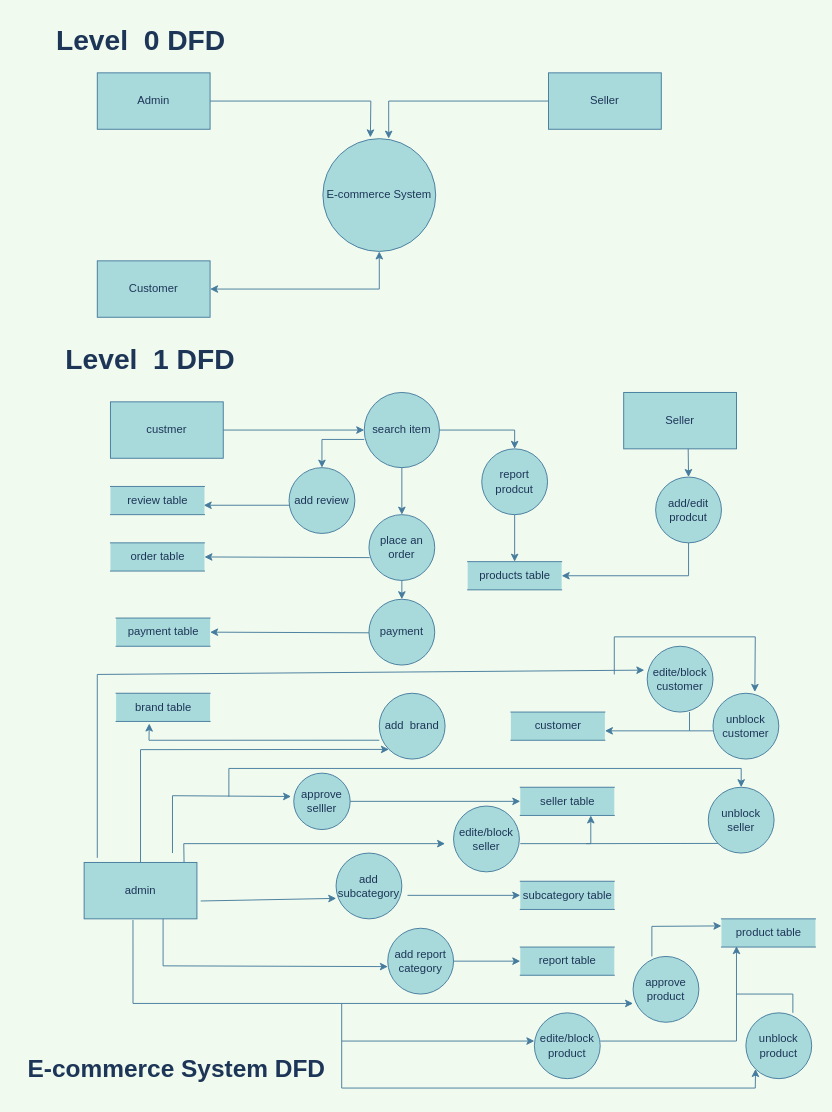
Earlier version of the draw.io diagram Data Flow Diagram.drawio (Nasrinjaha/Click-Collect). Source tidied: cells renumbered, new cells numbered last; positions are measured from the earlier drawing's top-left corner, leaving out a move shared by most shapes. Both pictures are drawn from the tidied source at 94%, with x=0, y=0 at pixel (16, 16).
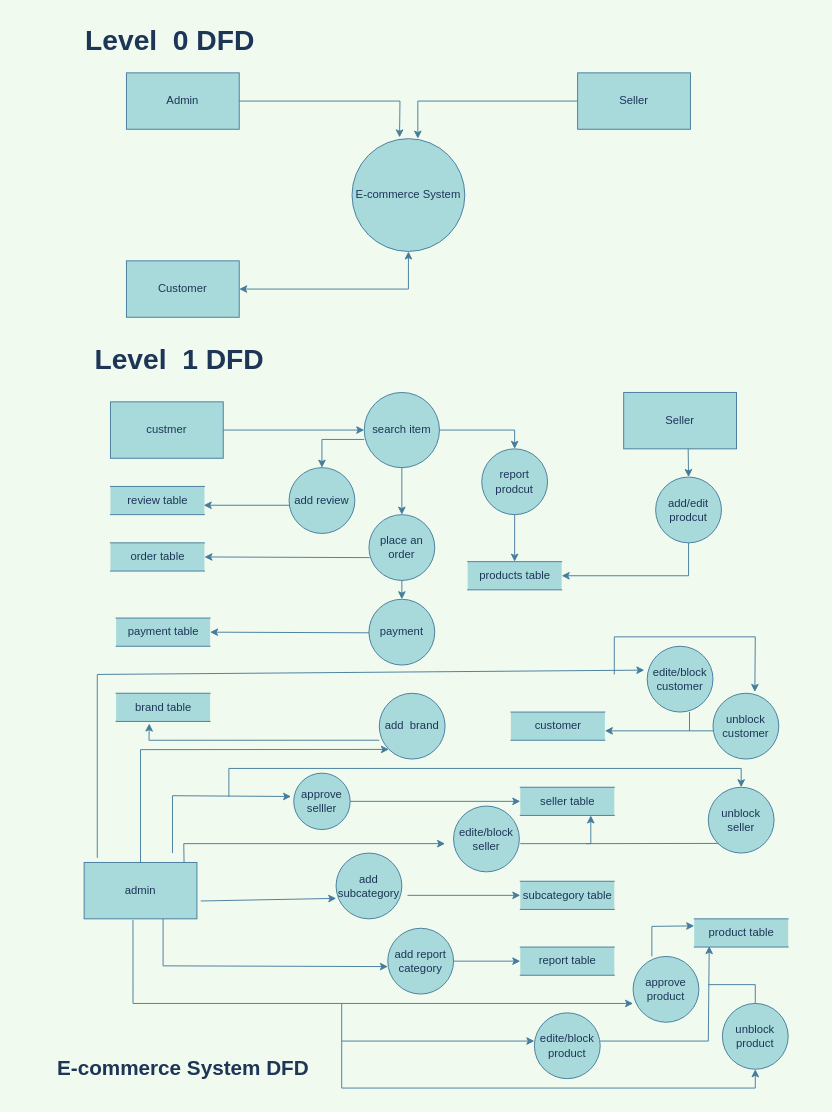
Above is the later version.

What changed in the source:
```diff
@@
     <mxCell id="2" value="Admin" style="rounded=0;whiteSpace=wrap;html=1;strokeColor=#457B9D;fontColor=#1D3557;fillColor=#A8DADC;" parent="1" vertex="1">
-      <mxGeometry x="86" y="60" width="120" height="60" as="geometry" />
+      <mxGeometry x="117" y="60" width="120" height="60" as="geometry" />
     </mxCell>
     <mxCell id="3" value="Customer" style="rounded=0;whiteSpace=wrap;html=1;strokeColor=#457B9D;fontColor=#1D3557;fillColor=#A8DADC;" parent="1" vertex="1">
-      <mxGeometry x="86" y="260" width="120" height="60" as="geometry" />
+      <mxGeometry x="117" y="260" width="120" height="60" as="geometry" />
     </mxCell>
     <mxCell id="4" value="Seller" style="rounded=0;whiteSpace=wrap;html=1;strokeColor=#457B9D;fontColor=#1D3557;fillColor=#A8DADC;" parent="1" vertex="1">
-      <mxGeometry x="566" y="60" width="120" height="60" as="geometry" />
+      <mxGeometry x="597" y="60" width="120" height="60" as="geometry" />
     </mxCell>
     <mxCell id="5" value="E-commerce System" style="ellipse;whiteSpace=wrap;html=1;strokeColor=#457B9D;fontColor=#1D3557;fillColor=#A8DADC;rounded=0;" parent="1" vertex="1">
-      <mxGeometry x="326" y="130" width="120" height="120" as="geometry" />
+      <mxGeometry x="357" y="130" width="120" height="120" as="geometry" />
     </mxCell>
     <mxCell id="6" value="&lt;b style=&quot;font-size: 30px;&quot;&gt;Level&amp;nbsp; 0 DFD&lt;/b&gt;" style="text;html=1;align=center;verticalAlign=middle;strokeColor=none;fillColor=none;fontColor=#1D3557;fontSize=30;rounded=0;" parent="1" vertex="1">
-      <mxGeometry x="32" width="200" height="50" as="geometry" />
+      <mxGeometry x="63" width="200" height="50" as="geometry" />
     </mxCell>
     <mxCell id="7" style="endArrow=classic;html=1;rounded=0;strokeColor=#457B9D;fontSize=30;fontColor=#1D3557;fillColor=#A8DADC;exitX=1;exitY=0.5;exitDx=0;exitDy=0;entryX=0.5;entryY=1;entryDx=0;entryDy=0;startArrow=classic;startFill=1;endFill=1;labelBackgroundColor=#F1FAEE;" parent="1" edge="1" source="3" target="5">
       <mxGeometry relative="1" as="geometry">
         <Array as="points">
-          <mxPoint x="386" y="290" />
+          <mxPoint x="417" y="290" />
         </Array>
       </mxGeometry>
     </mxCell>
     <mxCell id="8" style="endArrow=classic;html=1;rounded=0;strokeColor=#457B9D;fontSize=30;fontColor=#1D3557;fillColor=#A8DADC;exitX=1;exitY=0.5;exitDx=0;exitDy=0;entryX=0.421;entryY=-0.011;entryDx=0;entryDy=0;endFill=1;entryPerimeter=0;labelBackgroundColor=#F1FAEE;" parent="1" edge="1" source="2" target="5">
       <mxGeometry relative="1" as="geometry">
         <Array as="points">
-          <mxPoint x="377" y="90" />
+          <mxPoint x="408" y="90" />
         </Array>
       </mxGeometry>
     </mxCell>
     <mxCell id="9" style="endArrow=none;html=1;rounded=0;strokeColor=#457B9D;fontSize=30;fontColor=#1D3557;fillColor=#A8DADC;entryX=0;entryY=0.5;entryDx=0;entryDy=0;endFill=0;startArrow=classic;startFill=1;labelBackgroundColor=#F1FAEE;" parent="1" edge="1" target="4">
       <mxGeometry relative="1" as="geometry">
-        <mxPoint x="396" y="130" as="sourcePoint" />
+        <mxPoint x="427" y="130" as="sourcePoint" />
         <Array as="points">
-          <mxPoint x="396" y="90" />
+          <mxPoint x="427" y="90" />
         </Array>
       </mxGeometry>
     </mxCell>
     <mxCell id="10" value="&lt;b style=&quot;font-size: 30px;&quot;&gt;Level&amp;nbsp; 1 DFD&lt;/b&gt;" style="text;html=1;align=center;verticalAlign=middle;strokeColor=none;fillColor=none;fontColor=#1D3557;fontSize=30;rounded=0;" parent="1" vertex="1">
-      <mxGeometry x="42" y="340" width="200" height="50" as="geometry" />
+      <mxGeometry x="73" y="340" width="200" height="50" as="geometry" />
     </mxCell>
@@
     <mxCell id="64" value="unblock product" style="ellipse;whiteSpace=wrap;html=1;strokeColor=#457B9D;fontColor=#1D3557;fillColor=#A8DADC;rounded=0;" parent="1" vertex="1">
-      <mxGeometry x="776" y="1060" width="70" height="70" as="geometry" />
+      <mxGeometry x="751" y="1050" width="70" height="70" as="geometry" />
     </mxCell>
     <mxCell id="65" value="product table" style="html=1;dashed=0;whitespace=wrap;shape=partialRectangle;right=0;left=0;strokeColor=#457B9D;fontSize=12;fontColor=#1D3557;fillColor=#A8DADC;rounded=0;" parent="1" vertex="1">
-      <mxGeometry x="750" y="960" width="100" height="30" as="geometry" />
+      <mxGeometry x="721" y="960" width="100" height="30" as="geometry" />
     </mxCell>
@@
-    <mxCell id="67" style="endArrow=classic;html=1;rounded=0;strokeColor=#457B9D;fontSize=12;fontColor=#1D3557;fillColor=#A8DADC;entryX=0;entryY=1;entryDx=0;entryDy=0;endFill=1;labelBackgroundColor=#F1FAEE;" parent="1" edge="1" target="64">
+    <mxCell id="67" style="endArrow=classic;html=1;rounded=0;strokeColor=#457B9D;fontSize=12;fontColor=#1D3557;fillColor=#A8DADC;entryX=0.5;entryY=1;entryDx=0;entryDy=0;endFill=1;labelBackgroundColor=#F1FAEE;" parent="1" edge="1" target="64">
       <mxGeometry relative="1" as="geometry">
         <mxPoint x="346" y="1090" as="sourcePoint" />
         <Array as="points">
           <mxPoint x="346" y="1140" />
           <mxPoint x="786" y="1140" />
         </Array>
       </mxGeometry>
     </mxCell>
@@
     <mxCell id="69" style="endArrow=classic;html=1;rounded=0;strokeColor=#457B9D;fontSize=12;fontColor=#1D3557;fillColor=#A8DADC;entryX=0.16;entryY=0.967;entryDx=0;entryDy=0;entryPerimeter=0;labelBackgroundColor=#F1FAEE;" parent="1" edge="1" target="65">
       <mxGeometry relative="1" as="geometry">
         <mxPoint x="621" y="1090" as="sourcePoint" />
         <Array as="points">
-          <mxPoint x="766" y="1090" />
+          <mxPoint x="736" y="1090" />
         </Array>
       </mxGeometry>
     </mxCell>
-    <mxCell id="70" style="endArrow=none;html=1;rounded=0;strokeColor=#457B9D;fontSize=12;fontColor=#1D3557;fillColor=#A8DADC;entryX=0.714;entryY=0;entryDx=0;entryDy=0;entryPerimeter=0;labelBackgroundColor=#F1FAEE;" parent="1" edge="1" target="64">
+    <mxCell id="70" style="endArrow=none;html=1;rounded=0;strokeColor=#457B9D;fontSize=12;fontColor=#1D3557;fillColor=#A8DADC;entryX=0.5;entryY=0;entryDx=0;entryDy=0;labelBackgroundColor=#F1FAEE;" parent="1" edge="1" target="64">
       <mxGeometry relative="1" as="geometry">
-        <mxPoint x="766" y="1040" as="sourcePoint" />
+        <mxPoint x="736" y="1030" as="sourcePoint" />
         <Array as="points">
-          <mxPoint x="826" y="1040" />
+          <mxPoint x="786" y="1030" />
         </Array>
       </mxGeometry>
     </mxCell>
@@
-    <mxCell id="74" value="&lt;font style=&quot;font-size: 26px;&quot;&gt;&lt;b&gt;E-commerce System DFD&lt;/b&gt;&lt;/font&gt;" style="text;html=1;align=center;verticalAlign=middle;strokeColor=none;fillColor=none;fontColor=#1D3557;" parent="1" vertex="1">
-      <mxGeometry y="1100" width="340" height="40" as="geometry" />
+    <mxCell id="74" value="&lt;font size=&quot;1&quot; style=&quot;&quot;&gt;&lt;b style=&quot;font-size: 22px;&quot;&gt;E-commerce System DFD&lt;/b&gt;&lt;/font&gt;" style="text;html=1;align=center;verticalAlign=middle;strokeColor=none;fillColor=none;fontColor=#1D3557;" parent="1" vertex="1">
+      <mxGeometry x="32" y="1100" width="290" height="40" as="geometry" />
     </mxCell>
```
